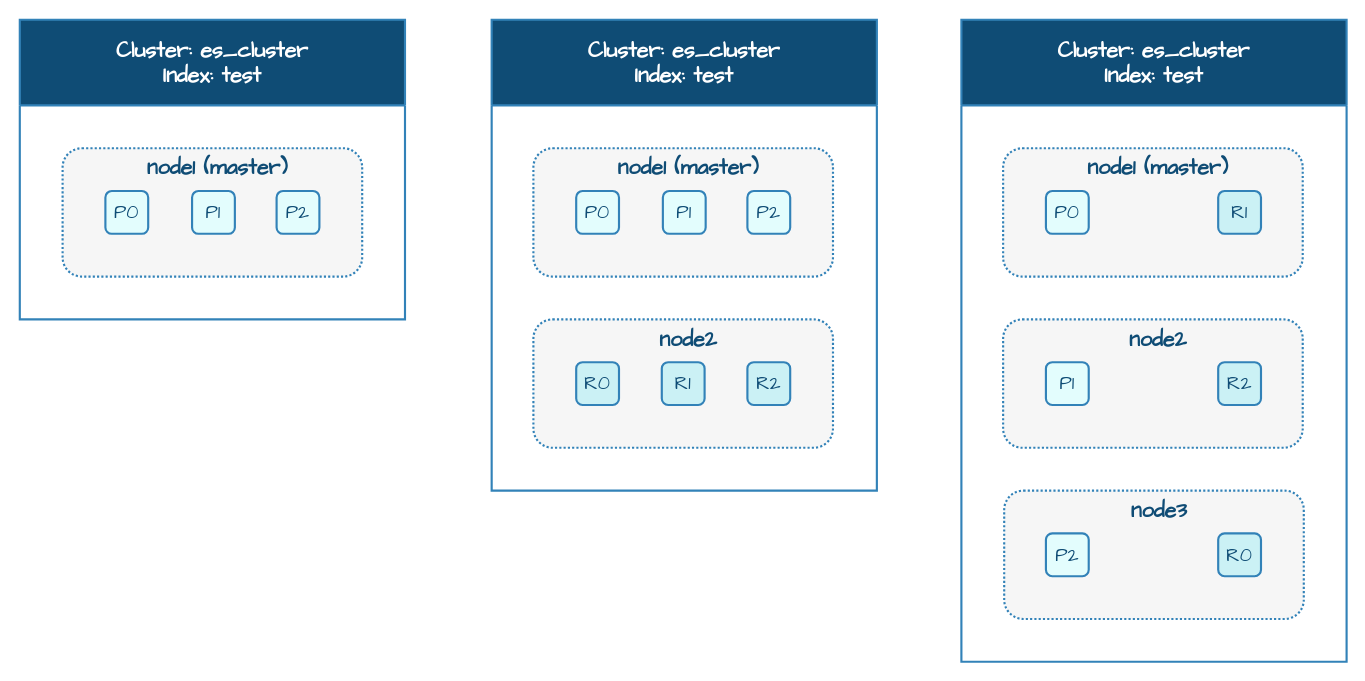
This is page "集群增加节点" (3 of 9) of assets/数据库/搜索引擎数据库/Elasticsearch.drawio from dunwu/waterdrop, a draw.io file, before an edit. Source tidied: cells renumbered, new cells numbered last; positions are measured from the earlier drawing's top-left corner, leaving out a move shared by most shapes. Both pictures are drawn from the tidied source at 107%, with x=0, y=0 at pixel (19, 19).
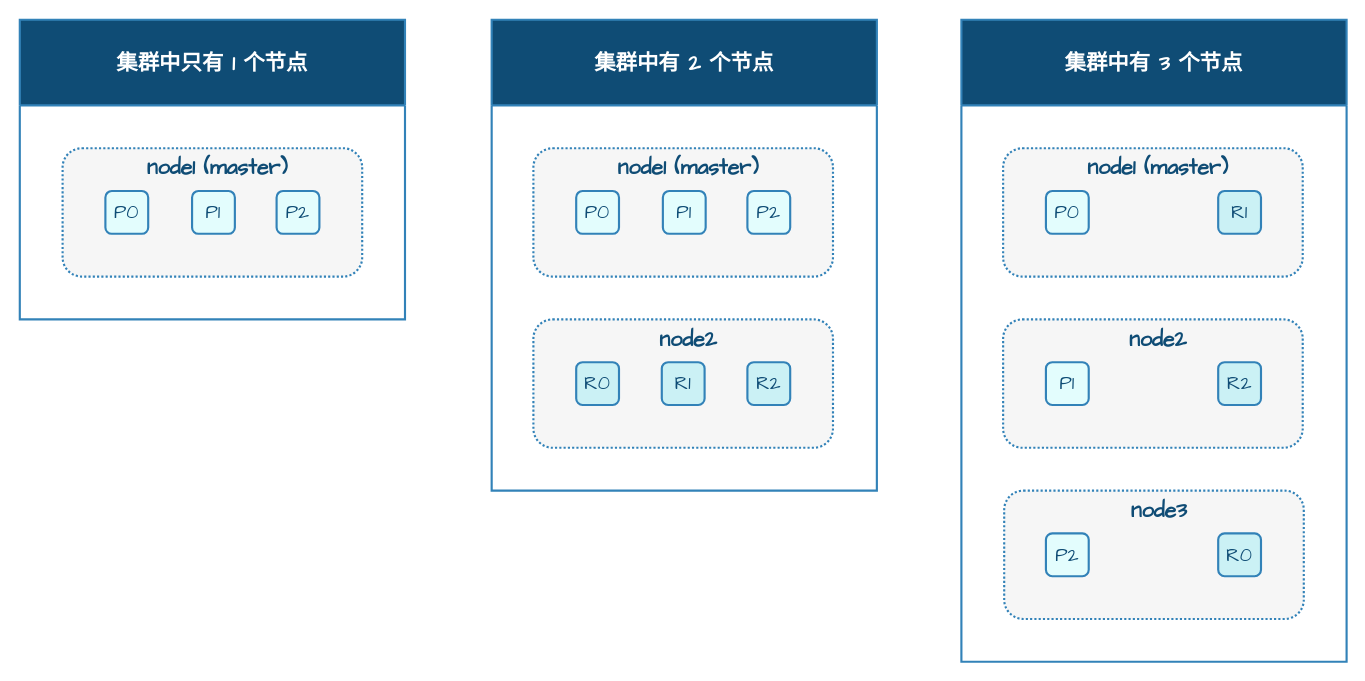
Above is the later version.

Change to the diagram source:
```diff
@@
-    <mxCell id="4" value="Cluster: es_cluster&lt;br&gt;Index: test" style="swimlane;whiteSpace=wrap;html=1;rounded=0;shadow=0;strokeColor=#3282B8;strokeWidth=2;align=center;verticalAlign=middle;fontFamily=Comic Sans MS;fontSize=20;fontColor=#FFFFFF;fillColor=#0F4C75;startSize=80;fontStyle=1;swimlaneFillColor=none;swimlaneLine=1;" parent="1" vertex="1">
+    <mxCell id="4" value="集群中只有 1 个节点" style="swimlane;whiteSpace=wrap;html=1;rounded=0;shadow=0;strokeColor=#3282B8;strokeWidth=2;align=center;verticalAlign=middle;fontFamily=Comic Sans MS;fontSize=20;fontColor=#FFFFFF;fillColor=#0F4C75;startSize=80;fontStyle=1;swimlaneFillColor=none;swimlaneLine=1;" parent="1" vertex="1">
       <mxGeometry width="360" height="280" as="geometry" />
     </mxCell>
@@
-    <mxCell id="15" value="Cluster: es_cluster&lt;br&gt;Index: test" style="swimlane;whiteSpace=wrap;html=1;rounded=0;shadow=0;strokeColor=#3282B8;strokeWidth=2;align=center;verticalAlign=middle;fontFamily=Comic Sans MS;fontSize=20;fontColor=#FFFFFF;fillColor=#0F4C75;startSize=80;fontStyle=1;swimlaneFillColor=none;swimlaneLine=1;" parent="1" vertex="1">
+    <mxCell id="15" value="集群中有 2 个节点" style="swimlane;whiteSpace=wrap;html=1;rounded=0;shadow=0;strokeColor=#3282B8;strokeWidth=2;align=center;verticalAlign=middle;fontFamily=Comic Sans MS;fontSize=20;fontColor=#FFFFFF;fillColor=#0F4C75;startSize=80;fontStyle=1;swimlaneFillColor=none;swimlaneLine=1;" parent="1" vertex="1">
       <mxGeometry x="441" width="360" height="440" as="geometry" />
     </mxCell>
@@
-    <mxCell id="19" value="Cluster: es_cluster&lt;br&gt;Index: test" style="swimlane;whiteSpace=wrap;html=1;rounded=0;shadow=0;strokeColor=#3282B8;strokeWidth=2;align=center;verticalAlign=middle;fontFamily=Comic Sans MS;fontSize=20;fontColor=#FFFFFF;fillColor=#0F4C75;startSize=80;fontStyle=1;swimlaneFillColor=none;swimlaneLine=1;" parent="1" vertex="1">
+    <mxCell id="19" value="集群中有 3 个节点" style="swimlane;whiteSpace=wrap;html=1;rounded=0;shadow=0;strokeColor=#3282B8;strokeWidth=2;align=center;verticalAlign=middle;fontFamily=Comic Sans MS;fontSize=20;fontColor=#FFFFFF;fillColor=#0F4C75;startSize=80;fontStyle=1;swimlaneFillColor=none;swimlaneLine=1;" parent="1" vertex="1">
       <mxGeometry x="880" width="360" height="600" as="geometry" />
     </mxCell>
```
